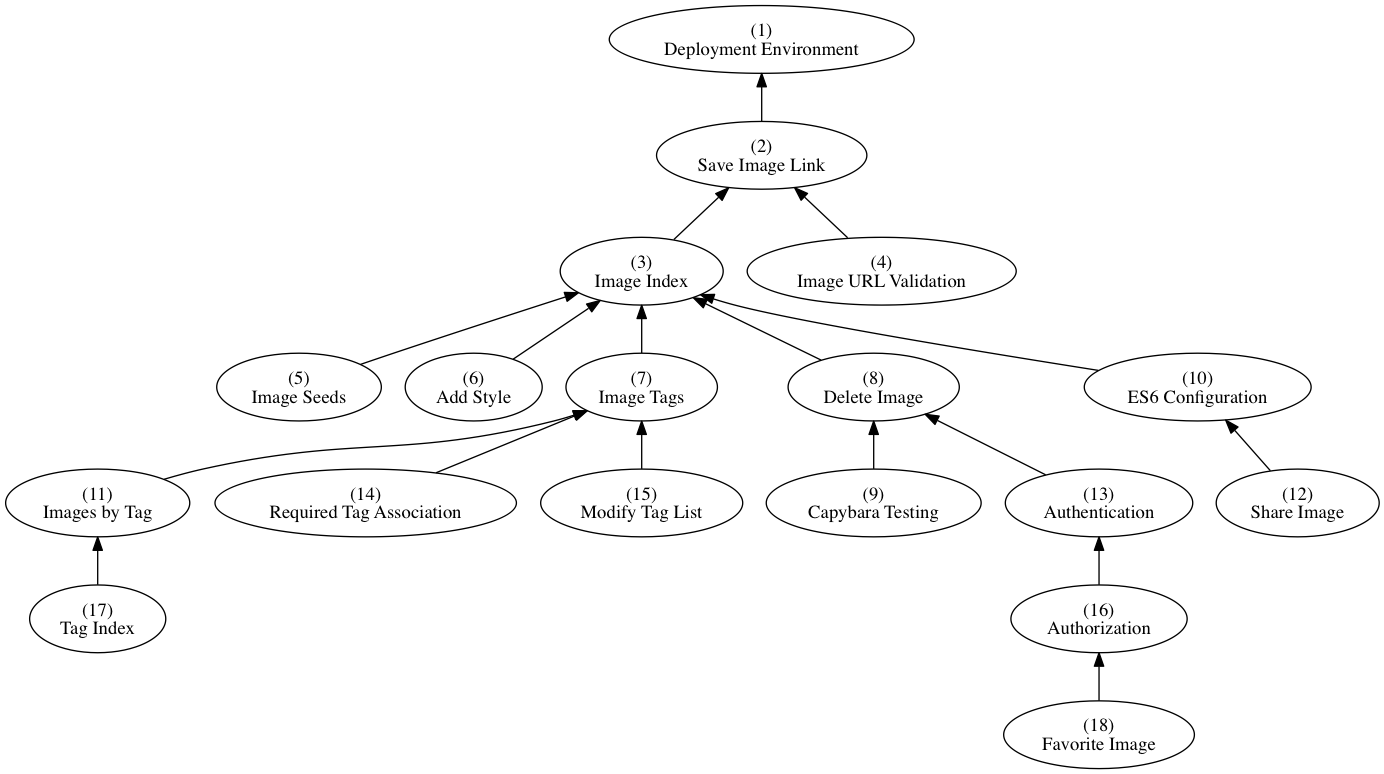
The Graphviz diagram dependencies.png in AppFolioOnboarding/tasks, before a commit. Its source is kept beside it as dependencies.dot.
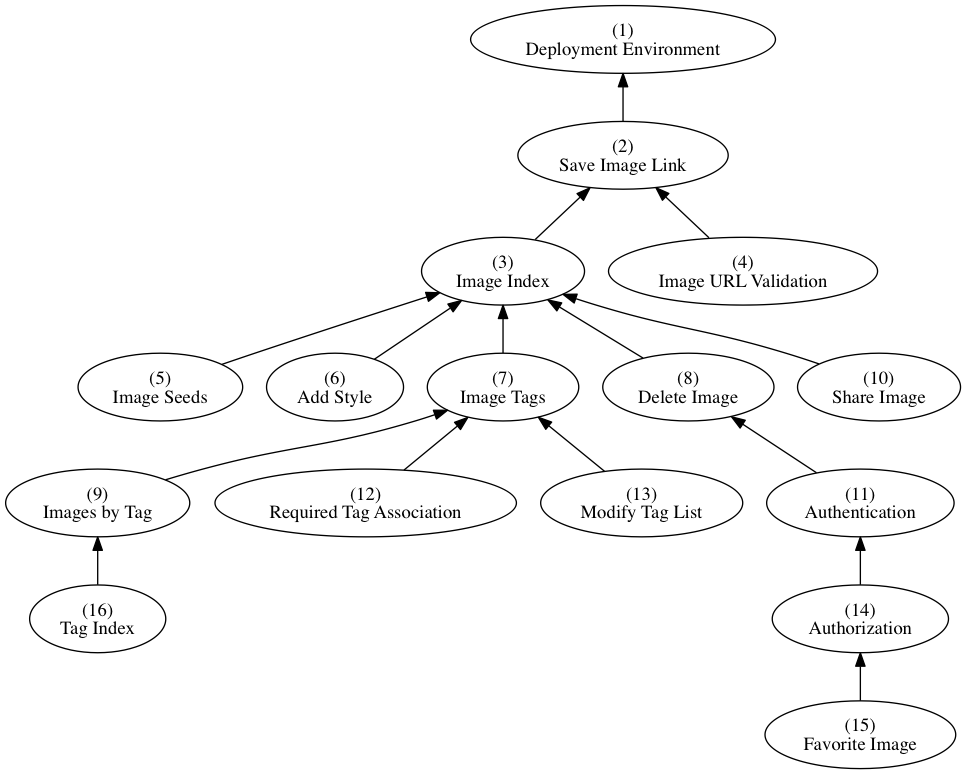
After the commit.

Change to the diagram source:
```diff
@@ -9,23 +9,19 @@
   "Add Style" [label="(6)\nAdd Style"]
   "Image Tags" [label="(7)\nImage Tags"]
   "Delete Image" [label="(8)\nDelete Image"]
-  "Capybara Testing" [label="(9)\nCapybara Testing"]
-  "ES6 Configuration" [label="(10)\nES6 Configuration"]
-  "Images by Tag" [label="(11)\nImages by Tag"]
-  "Share Image" [label="(12)\nShare Image"]
-  "Authentication" [label="(13)\nAuthentication"]
-  "Required Tag Association" [label="(14)\nRequired Tag Association"]
-  "Modify Tag List" [label="(15)\nModify Tag List"]
-  "Authorization" [label="(16)\nAuthorization"]
-  "Tag Index" [label="(17)\nTag Index"]
-  "Favorite Image" [label="(18)\nFavorite Image"]
+  "Images by Tag" [label="(9)\nImages by Tag"]
+  "Share Image" [label="(10)\nShare Image"]
+  "Authentication" [label="(11)\nAuthentication"]
+  "Required Tag Association" [label="(12)\nRequired Tag Association"]
+  "Modify Tag List" [label="(13)\nModify Tag List"]
+  "Authorization" [label="(14)\nAuthorization"]
+  "Favorite Image" [label="(15)\nFavorite Image"]
+  "Tag Index" [label="(16)\nTag Index"]
 
   "Add Style" -> "Image Index"
   "Authentication" -> "Delete Image"
   "Authorization" -> "Authentication"
-  "Capybara Testing" -> "Delete Image"
   "Delete Image" -> "Image Index"
-  "ES6 Configuration" -> "Image Index"
   "Favorite Image" -> "Authorization"
   "Image Index" -> "Save Image Link"
   "Image Seeds" -> "Image Index"
@@ -35,6 +31,6 @@
   "Modify Tag List" -> "Image Tags"
   "Required Tag Association" -> "Image Tags"
   "Save Image Link" -> "Deployment Environment"
-  "Share Image" -> "ES6 Configuration"
+  "Share Image" -> "Image Index"
   "Tag Index" -> "Images by Tag"
 }
```
